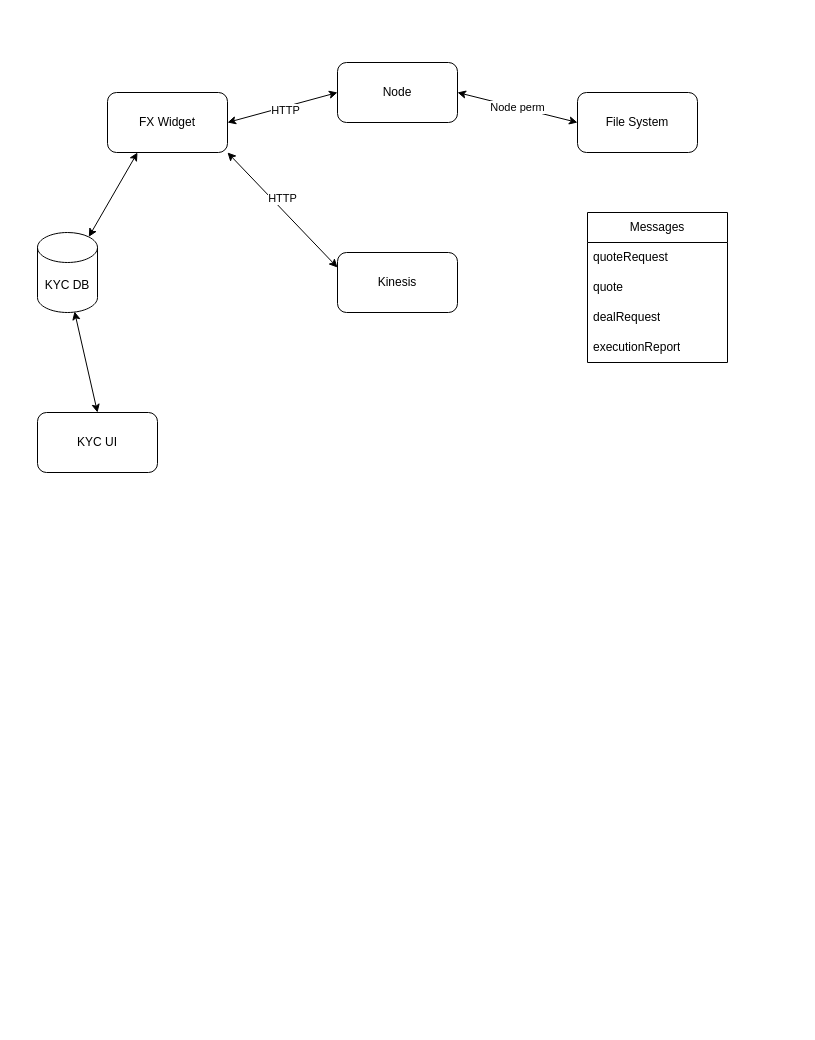
The draw.io diagram arch.drawio in rupweb/ws-front-end, before the edit. Source tidied: cells renumbered, new cells numbered last; positions are measured from the earlier drawing's top-left corner, leaving out a move shared by most shapes. Both pictures are drawn from the tidied source at 100%, with x=0, y=0 at pixel (37, 62).
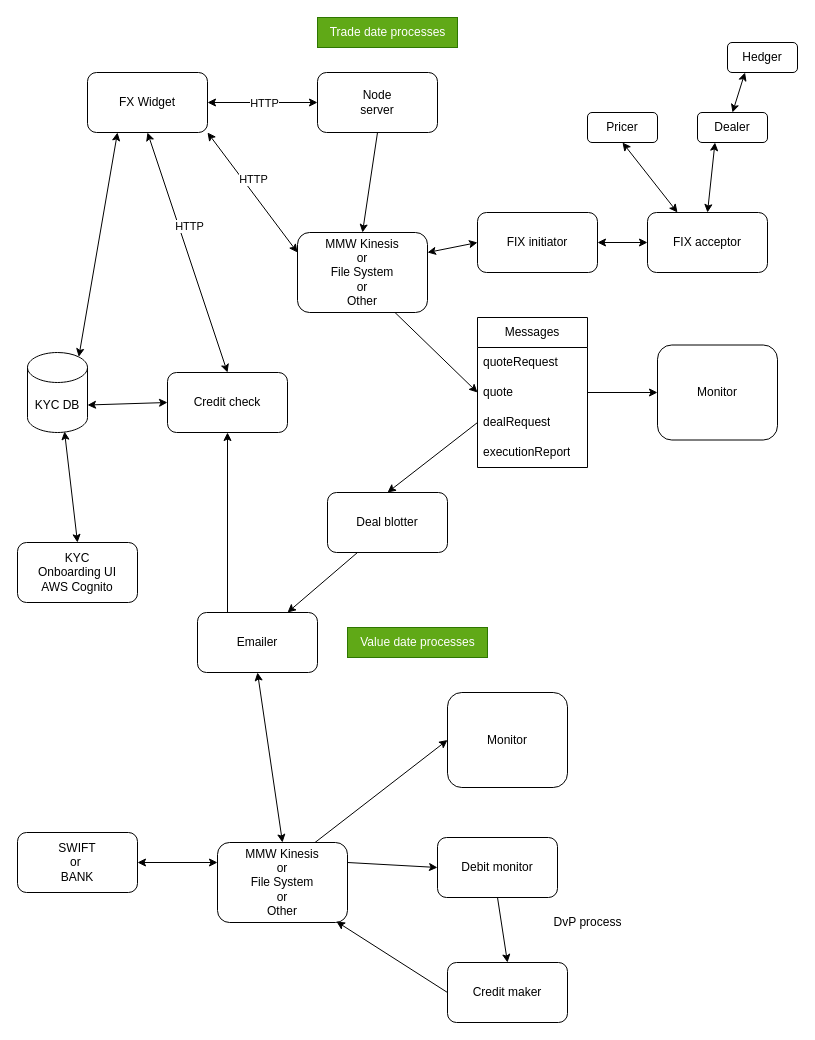
The same page after the edit.

The edit, as a diff of the source:
```diff
@@
     <mxCell id="2" value="FX Widget" style="rounded=1;whiteSpace=wrap;html=1;" parent="1" vertex="1">
-      <mxGeometry x="70" y="30" width="120" height="60" as="geometry" />
+      <mxGeometry x="50" y="10" width="120" height="60" as="geometry" />
     </mxCell>
+    <mxCell id="20" style="edgeStyle=none;html=1;exitX=0.5;exitY=1;exitDx=0;exitDy=0;entryX=0.5;entryY=0;entryDx=0;entryDy=0;" parent="1" edge="1" source="3" target="16">
+      <mxGeometry relative="1" as="geometry" />
+    </mxCell>
-    <mxCell id="3" value="Node" style="rounded=1;whiteSpace=wrap;html=1;" parent="1" vertex="1">
-      <mxGeometry x="300" width="120" height="60" as="geometry" />
+    <mxCell id="3" value="Node&lt;br&gt;server" style="rounded=1;whiteSpace=wrap;html=1;" parent="1" vertex="1">
+      <mxGeometry x="280" y="10" width="120" height="60" as="geometry" />
     </mxCell>
-    <mxCell id="4" value="File System" style="rounded=1;whiteSpace=wrap;html=1;" parent="1" vertex="1">
-      <mxGeometry x="540" y="30" width="120" height="60" as="geometry" />
-    </mxCell>
@@
-    <mxCell id="7" value="Node perm" style="endArrow=classic;startArrow=classic;html=1;entryX=0;entryY=0.5;entryDx=0;entryDy=0;exitX=1;exitY=0.5;exitDx=0;exitDy=0;" parent="1" edge="1" source="3" target="4">
-      <mxGeometry relative="1" as="geometry" />
-    </mxCell>
     <mxCell id="8" value="Messages" style="swimlane;fontStyle=0;horizontal=1;startSize=30;whiteSpace=wrap;html=1;" parent="1" vertex="1">
-      <mxGeometry x="550" y="150" width="140" height="150" as="geometry" />
+      <mxGeometry x="440" y="255" width="110" height="150" as="geometry" />
     </mxCell>
     <mxCell id="9" value="quoteRequest" style="text;strokeColor=none;fillColor=none;align=left;verticalAlign=middle;spacingLeft=4;spacingRight=4;overflow=hidden;whiteSpace=wrap;html=1;" parent="8" vertex="1">
-      <mxGeometry y="30" width="140" height="30" as="geometry" />
+      <mxGeometry y="30" width="110" height="30" as="geometry" />
     </mxCell>
     <mxCell id="10" value="quote" style="text;strokeColor=none;fillColor=none;align=left;verticalAlign=middle;spacingLeft=4;spacingRight=4;overflow=hidden;points=[[0,0.5],[1,0.5]];portConstraint=eastwest;whiteSpace=wrap;html=1;" parent="8" vertex="1">
-      <mxGeometry y="60" width="140" height="30" as="geometry" />
+      <mxGeometry y="60" width="110" height="30" as="geometry" />
     </mxCell>
     <mxCell id="11" value="dealRequest" style="text;strokeColor=none;fillColor=none;align=left;verticalAlign=middle;spacingLeft=4;spacingRight=4;overflow=hidden;points=[[0,0.5],[1,0.5]];portConstraint=eastwest;whiteSpace=wrap;html=1;" parent="8" vertex="1">
-      <mxGeometry y="90" width="140" height="30" as="geometry" />
+      <mxGeometry y="90" width="110" height="30" as="geometry" />
     </mxCell>
     <mxCell id="12" value="executionReport" style="text;strokeColor=none;fillColor=none;align=left;verticalAlign=middle;spacingLeft=4;spacingRight=4;overflow=hidden;whiteSpace=wrap;html=1;" parent="8" vertex="1">
-      <mxGeometry y="120" width="140" height="30" as="geometry" />
+      <mxGeometry y="120" width="110" height="30" as="geometry" />
     </mxCell>
-    <mxCell id="13" value="KYC UI" style="rounded=1;whiteSpace=wrap;html=1;" parent="1" vertex="1">
-      <mxGeometry y="350" width="120" height="60" as="geometry" />
+    <mxCell id="13" value="KYC &lt;br&gt;Onboarding UI&lt;br&gt;AWS Cognito" style="rounded=1;whiteSpace=wrap;html=1;" parent="1" vertex="1">
+      <mxGeometry x="-20" y="480" width="120" height="60" as="geometry" />
     </mxCell>
-    <mxCell id="14" style="endArrow=classic;startArrow=classic;html=1;exitX=1;exitY=1;exitDx=0;exitDy=0;entryX=0;entryY=0.25;entryDx=0;entryDy=0;" parent="1" edge="1" source="2" target="16">
+    <mxCell id="14" style="endArrow=classic;startArrow=classic;html=1;entryX=0;entryY=0.25;entryDx=0;entryDy=0;exitX=1;exitY=1;exitDx=0;exitDy=0;" parent="1" edge="1" source="2" target="16">
       <mxGeometry relative="1" as="geometry" />
     </mxCell>
@@
+    <mxCell id="21" style="edgeStyle=none;html=1;exitX=0.75;exitY=1;exitDx=0;exitDy=0;entryX=0;entryY=0.5;entryDx=0;entryDy=0;" parent="1" edge="1" source="16" target="10">
+      <mxGeometry relative="1" as="geometry" />
+    </mxCell>
-    <mxCell id="16" value="Kinesis" style="rounded=1;whiteSpace=wrap;html=1;" parent="1" vertex="1">
-      <mxGeometry x="300" y="190" width="120" height="60" as="geometry" />
+    <mxCell id="16" value="MMW Kinesis&lt;br&gt;or&lt;br&gt;File System&lt;br&gt;or&lt;br&gt;Other" style="rounded=1;whiteSpace=wrap;html=1;" parent="1" vertex="1">
+      <mxGeometry x="260" y="170" width="130" height="80" as="geometry" />
     </mxCell>
     <mxCell id="17" value="KYC DB" style="shape=cylinder3;whiteSpace=wrap;html=1;boundedLbl=1;backgroundOutline=1;size=15;" parent="1" vertex="1">
-      <mxGeometry y="170" width="60" height="80" as="geometry" />
+      <mxGeometry x="-10" y="290" width="60" height="80" as="geometry" />
     </mxCell>
@@
+    <mxCell id="22" value="Monitor" style="rounded=1;whiteSpace=wrap;html=1;" parent="1" vertex="1">
+      <mxGeometry x="620" y="282.5" width="120" height="95" as="geometry" />
+    </mxCell>
+    <mxCell id="23" style="edgeStyle=none;html=1;exitX=1;exitY=0.5;exitDx=0;exitDy=0;entryX=0;entryY=0.5;entryDx=0;entryDy=0;" parent="1" edge="1" source="10" target="22">
+      <mxGeometry relative="1" as="geometry" />
+    </mxCell>
+    <mxCell id="24" value="Credit check" style="rounded=1;whiteSpace=wrap;html=1;" parent="1" vertex="1">
+      <mxGeometry x="130" y="310" width="120" height="60" as="geometry" />
+    </mxCell>
+    <mxCell id="25" style="endArrow=classic;startArrow=classic;html=1;exitX=0.5;exitY=1;exitDx=0;exitDy=0;entryX=0.5;entryY=0;entryDx=0;entryDy=0;" parent="1" edge="1" source="2" target="24">
+      <mxGeometry relative="1" as="geometry" />
+    </mxCell>
+    <mxCell id="26" value="HTTP" style="edgeLabel;html=1;align=center;verticalAlign=middle;" parent="25" vertex="1">
+      <mxGeometry x="-0.2" y="-3" relative="1" as="geometry">
+        <mxPoint x="12" y="-3" as="offset" />
+      </mxGeometry>
+    </mxCell>
+    <mxCell id="27" style="endArrow=classic;startArrow=classic;html=1;entryX=1;entryY=0;entryDx=0;entryDy=52.5;exitX=0;exitY=0.5;exitDx=0;exitDy=0;entryPerimeter=0;" parent="1" edge="1" source="24" target="17">
+      <mxGeometry relative="1" as="geometry" />
+    </mxCell>
+    <mxCell id="28" style="edgeStyle=none;html=1;exitX=0.25;exitY=1;exitDx=0;exitDy=0;entryX=0.75;entryY=0;entryDx=0;entryDy=0;" parent="1" edge="1" source="29" target="44">
+      <mxGeometry relative="1" as="geometry" />
+    </mxCell>
+    <mxCell id="29" value="Deal blotter" style="rounded=1;whiteSpace=wrap;html=1;" parent="1" vertex="1">
+      <mxGeometry x="290" y="430" width="120" height="60" as="geometry" />
+    </mxCell>
+    <mxCell id="30" style="edgeStyle=none;html=1;exitX=0;exitY=0.5;exitDx=0;exitDy=0;entryX=0.5;entryY=0;entryDx=0;entryDy=0;" parent="1" edge="1" source="11" target="29">
+      <mxGeometry relative="1" as="geometry" />
+    </mxCell>
+    <mxCell id="31" value="FIX initiator" style="rounded=1;whiteSpace=wrap;html=1;" parent="1" vertex="1">
+      <mxGeometry x="440" y="150" width="120" height="60" as="geometry" />
+    </mxCell>
+    <mxCell id="32" value="FIX acceptor" style="rounded=1;whiteSpace=wrap;html=1;" parent="1" vertex="1">
+      <mxGeometry x="610" y="150" width="120" height="60" as="geometry" />
+    </mxCell>
+    <mxCell id="33" style="endArrow=classic;startArrow=classic;html=1;entryX=1;entryY=0.5;entryDx=0;entryDy=0;exitX=0;exitY=0.5;exitDx=0;exitDy=0;" parent="1" edge="1" source="32" target="31">
+      <mxGeometry relative="1" as="geometry" />
+    </mxCell>
+    <mxCell id="34" style="endArrow=classic;startArrow=classic;html=1;exitX=0;exitY=0.5;exitDx=0;exitDy=0;" parent="1" edge="1" source="31">
+      <mxGeometry relative="1" as="geometry">
+        <mxPoint x="390" y="190" as="targetPoint" />
+      </mxGeometry>
+    </mxCell>
+    <mxCell id="35" value="Pricer" style="rounded=1;whiteSpace=wrap;html=1;" parent="1" vertex="1">
+      <mxGeometry x="550" y="50" width="70" height="30" as="geometry" />
+    </mxCell>
+    <mxCell id="36" value="Dealer" style="rounded=1;whiteSpace=wrap;html=1;" parent="1" vertex="1">
+      <mxGeometry x="660" y="50" width="70" height="30" as="geometry" />
+    </mxCell>
+    <mxCell id="37" value="Hedger" style="rounded=1;whiteSpace=wrap;html=1;" parent="1" vertex="1">
+      <mxGeometry x="690" y="-20" width="70" height="30" as="geometry" />
+    </mxCell>
+    <mxCell id="38" style="endArrow=classic;startArrow=classic;html=1;entryX=0.25;entryY=0;entryDx=0;entryDy=0;exitX=0.5;exitY=1;exitDx=0;exitDy=0;" parent="1" edge="1" source="35" target="32">
+      <mxGeometry relative="1" as="geometry" />
+    </mxCell>
+    <mxCell id="39" style="endArrow=classic;startArrow=classic;html=1;entryX=0.5;entryY=0;entryDx=0;entryDy=0;exitX=0.25;exitY=1;exitDx=0;exitDy=0;" parent="1" edge="1" source="36" target="32">
+      <mxGeometry relative="1" as="geometry" />
+    </mxCell>
+    <mxCell id="40" style="endArrow=classic;startArrow=classic;html=1;entryX=0.5;entryY=0;entryDx=0;entryDy=0;exitX=0.25;exitY=1;exitDx=0;exitDy=0;" parent="1" edge="1" source="37" target="36">
+      <mxGeometry relative="1" as="geometry" />
+    </mxCell>
+    <mxCell id="41" value="Trade date processes" style="text;html=1;align=center;verticalAlign=middle;strokeColor=#2D7600;fillColor=#60a917;fontColor=#ffffff;" parent="1" vertex="1">
+      <mxGeometry x="280" y="-45" width="140" height="30" as="geometry" />
+    </mxCell>
+    <mxCell id="42" value="Value date processes" style="text;html=1;align=center;verticalAlign=middle;strokeColor=#2D7600;fillColor=#60a917;fontColor=#ffffff;" parent="1" vertex="1">
+      <mxGeometry x="310" y="565" width="140" height="30" as="geometry" />
+    </mxCell>
+    <mxCell id="43" style="edgeStyle=none;html=1;exitX=0.25;exitY=0;exitDx=0;exitDy=0;entryX=0.5;entryY=1;entryDx=0;entryDy=0;" parent="1" edge="1" source="44" target="24">
+      <mxGeometry relative="1" as="geometry" />
+    </mxCell>
+    <mxCell id="44" value="Emailer" style="rounded=1;whiteSpace=wrap;html=1;" parent="1" vertex="1">
+      <mxGeometry x="160" y="550" width="120" height="60" as="geometry" />
+    </mxCell>
+    <mxCell id="45" value="SWIFT&lt;br&gt;or&amp;nbsp;&lt;br&gt;BANK" style="rounded=1;whiteSpace=wrap;html=1;" parent="1" vertex="1">
+      <mxGeometry x="-20" y="770" width="120" height="60" as="geometry" />
+    </mxCell>
+    <mxCell id="46" style="edgeStyle=none;html=1;exitX=0.5;exitY=1;exitDx=0;exitDy=0;entryX=0.5;entryY=0;entryDx=0;entryDy=0;" parent="1" edge="1" source="47" target="54">
+      <mxGeometry relative="1" as="geometry" />
+    </mxCell>
+    <mxCell id="47" value="Debit monitor" style="rounded=1;whiteSpace=wrap;html=1;" parent="1" vertex="1">
+      <mxGeometry x="400" y="775" width="120" height="60" as="geometry" />
+    </mxCell>
+    <mxCell id="48" style="edgeStyle=none;html=1;exitX=1;exitY=0.25;exitDx=0;exitDy=0;entryX=0;entryY=0.5;entryDx=0;entryDy=0;" parent="1" edge="1" source="50" target="47">
+      <mxGeometry relative="1" as="geometry" />
+    </mxCell>
+    <mxCell id="49" style="edgeStyle=none;html=1;exitX=0.75;exitY=0;exitDx=0;exitDy=0;entryX=0;entryY=0.5;entryDx=0;entryDy=0;" parent="1" edge="1" source="50" target="51">
+      <mxGeometry relative="1" as="geometry" />
+    </mxCell>
+    <mxCell id="50" value="MMW Kinesis&lt;br&gt;or&lt;br&gt;File System&lt;br&gt;or&lt;br&gt;Other" style="rounded=1;whiteSpace=wrap;html=1;" parent="1" vertex="1">
+      <mxGeometry x="180" y="780" width="130" height="80" as="geometry" />
+    </mxCell>
+    <mxCell id="51" value="Monitor" style="rounded=1;whiteSpace=wrap;html=1;" parent="1" vertex="1">
+      <mxGeometry x="410" y="630" width="120" height="95" as="geometry" />
+    </mxCell>
+    <mxCell id="52" style="endArrow=classic;startArrow=classic;html=1;entryX=1;entryY=0.5;entryDx=0;entryDy=0;exitX=0;exitY=0.25;exitDx=0;exitDy=0;" parent="1" edge="1" source="50" target="45">
+      <mxGeometry relative="1" as="geometry" />
+    </mxCell>
+    <mxCell id="53" style="edgeStyle=none;html=1;exitX=0;exitY=0.5;exitDx=0;exitDy=0;entryX=0.915;entryY=0.988;entryDx=0;entryDy=0;entryPerimeter=0;" parent="1" edge="1" source="54" target="50">
+      <mxGeometry relative="1" as="geometry" />
+    </mxCell>
+    <mxCell id="54" value="Credit maker" style="rounded=1;whiteSpace=wrap;html=1;" parent="1" vertex="1">
+      <mxGeometry x="410" y="900" width="120" height="60" as="geometry" />
+    </mxCell>
+    <mxCell id="55" style="endArrow=classic;startArrow=classic;html=1;entryX=0.5;entryY=0;entryDx=0;entryDy=0;exitX=0.5;exitY=1;exitDx=0;exitDy=0;" parent="1" edge="1" source="44" target="50">
+      <mxGeometry relative="1" as="geometry" />
+    </mxCell>
+    <mxCell id="56" value="DvP process" style="text;html=1;align=center;verticalAlign=middle;strokeColor=none;fillColor=none;" parent="1" vertex="1">
+      <mxGeometry x="505" y="845" width="90" height="30" as="geometry" />
+    </mxCell>
```
